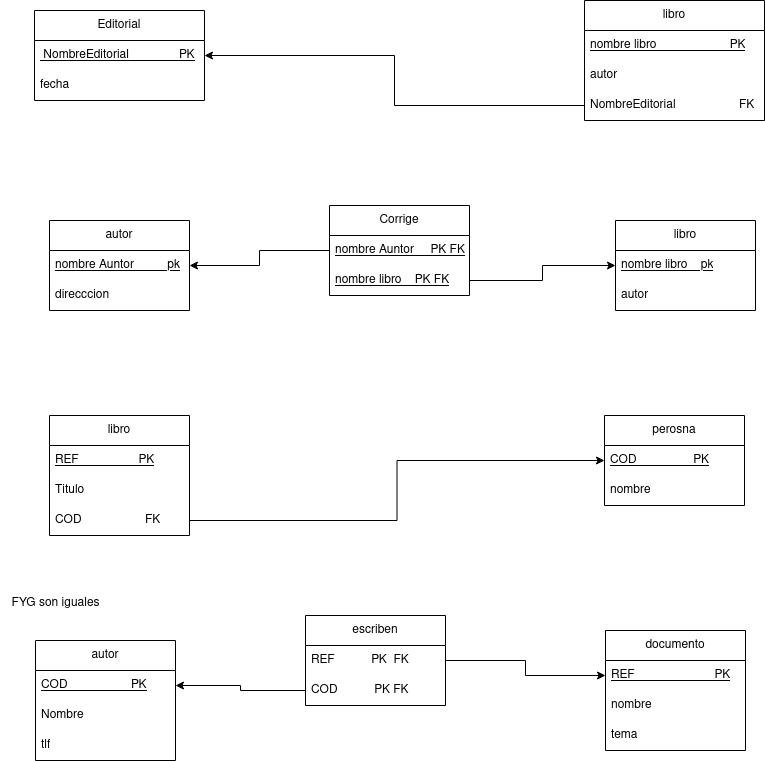
Earlier version of the draw.io export Ejercicios/tarea2/modeloRelacional.png (adogonz23/BAE). Source tidied: cells renumbered, new cells last; positions are measured from the earlier drawing's top-left corner, leaving out a move shared by most shapes.
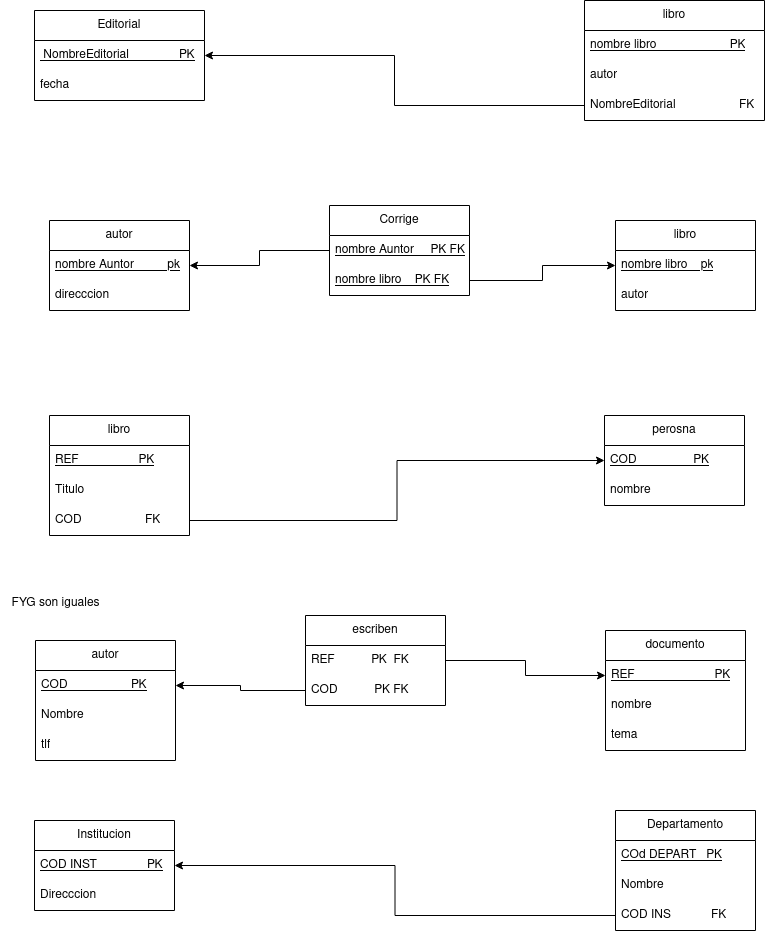
After the change.

Diff of the diagram source:
```diff
@@ -125,5 +125,29 @@
     <mxCell id="42" value="FYG son iguales" style="text;html=1;align=center;verticalAlign=middle;strokeColor=none;fillColor=none;" parent="1" vertex="1">
       <mxGeometry y="588" width="110" height="30" as="geometry" />
     </mxCell>
+    <mxCell id="43" value="Institucion" style="swimlane;fontStyle=0;horizontal=1;startSize=30;whiteSpace=wrap;html=1;" parent="1" vertex="1">
+      <mxGeometry x="34" y="820" width="140" height="90" as="geometry" />
+    </mxCell>
+    <mxCell id="44" value="&lt;u&gt;COD INST&amp;nbsp;&amp;nbsp;&amp;nbsp;&amp;nbsp;&amp;nbsp;&amp;nbsp;&amp;nbsp;&amp;nbsp;&amp;nbsp;&amp;nbsp;&amp;nbsp;&amp;nbsp;&amp;nbsp;&amp;nbsp; PK&lt;/u&gt;" style="text;strokeColor=none;fillColor=none;align=left;verticalAlign=middle;spacingLeft=4;spacingRight=4;overflow=hidden;points=[[0,0.5],[1,0.5]];portConstraint=eastwest;whiteSpace=wrap;html=1;" parent="43" vertex="1">
+      <mxGeometry y="30" width="140" height="30" as="geometry" />
+    </mxCell>
+    <mxCell id="45" value="Direcccion" style="text;strokeColor=none;fillColor=none;align=left;verticalAlign=middle;spacingLeft=4;spacingRight=4;overflow=hidden;whiteSpace=wrap;html=1;" parent="43" vertex="1">
+      <mxGeometry y="60" width="140" height="30" as="geometry" />
+    </mxCell>
+    <mxCell id="46" value="Departamento" style="swimlane;fontStyle=0;horizontal=1;startSize=30;whiteSpace=wrap;html=1;" parent="1" vertex="1">
+      <mxGeometry x="615" y="810" width="140" height="120" as="geometry" />
+    </mxCell>
+    <mxCell id="47" value="&lt;u&gt;COd DEPART&amp;nbsp;&amp;nbsp; PK&lt;/u&gt;" style="text;strokeColor=none;fillColor=none;align=left;verticalAlign=middle;spacingLeft=4;spacingRight=4;overflow=hidden;whiteSpace=wrap;html=1;" parent="46" vertex="1">
+      <mxGeometry y="30" width="140" height="30" as="geometry" />
+    </mxCell>
+    <mxCell id="48" value="Nombre" style="text;strokeColor=none;fillColor=none;align=left;verticalAlign=middle;spacingLeft=4;spacingRight=4;overflow=hidden;whiteSpace=wrap;html=1;" parent="46" vertex="1">
+      <mxGeometry y="60" width="140" height="30" as="geometry" />
+    </mxCell>
+    <mxCell id="49" value="COD INS&amp;nbsp;&amp;nbsp;&amp;nbsp;&amp;nbsp;&amp;nbsp;&amp;nbsp;&amp;nbsp;&amp;nbsp;&amp;nbsp;&amp;nbsp;&amp;nbsp; FK" style="text;strokeColor=none;fillColor=none;align=left;verticalAlign=middle;spacingLeft=4;spacingRight=4;overflow=hidden;points=[[0,0.5],[1,0.5]];portConstraint=eastwest;whiteSpace=wrap;html=1;" parent="46" vertex="1">
+      <mxGeometry y="90" width="140" height="30" as="geometry" />
+    </mxCell>
+    <mxCell id="50" style="edgeStyle=orthogonalEdgeStyle;rounded=0;jettySize=auto;html=1;entryX=1;entryY=0.5;entryDx=0;entryDy=0;" parent="1" edge="1" source="49" target="44">
+      <mxGeometry relative="1" as="geometry" />
+    </mxCell>
   </root>
 </mxGraphModel>
```
